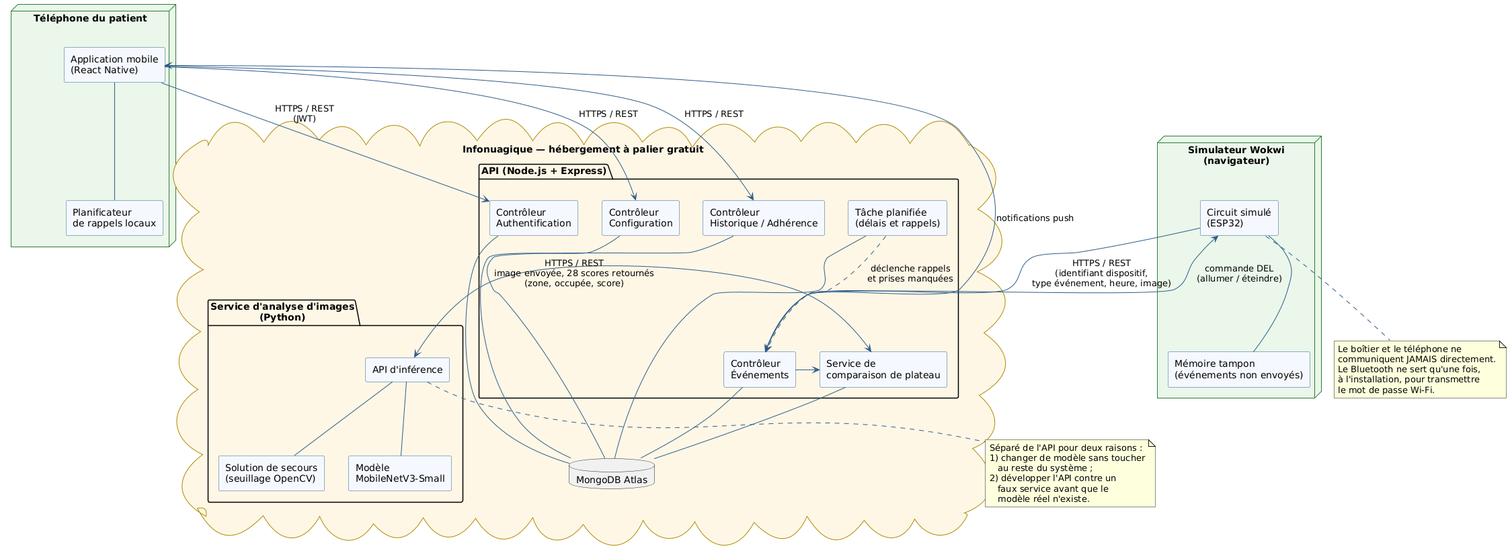
Before: docs/assets/Architecture_logicielle.png, a diagram exported from PlantUML (rauf-mifteev/Ahuntsic_Capstone). Source of this version:
```plantuml
@startuml Architecture_logicielle

skinparam componentStyle rectangle
skinparam component {
  BackgroundColor #F5F9FF
  BorderColor #2C5C8A
  ArrowColor #2C5C8A
}
skinparam cloud {
  BackgroundColor #FFF7E6
  BorderColor #B08900
}
skinparam node {
  BackgroundColor #EAF7EA
  BorderColor #2E7D32
}

node "Téléphone du patient" {
  [Application mobile\n(React Native)] as MobileApp
  component "Planificateur\nde rappels locaux" as RappelsLocal
  MobileApp -- RappelsLocal
}

node "Simulateur Wokwi\n(navigateur)" {
  [Circuit simulé\n(ESP32)] as ESP32
  component "Mémoire tampon\n(événements non envoyés)" as Tampon
  ESP32 -- Tampon
}

cloud "Infonuagique — hébergement à palier gratuit" {

  package "API (Node.js + Express)" {
    [Contrôleur\nAuthentification] as CtrlAuth
    [Contrôleur\nConfiguration] as CtrlConfig
    [Contrôleur\nÉvénements] as CtrlEvents
    [Contrôleur\nHistorique / Adhérence] as CtrlHisto
    [Service de\ncomparaison de plateau] as ServComp
    [Tâche planifiée\n(délais et rappels)] as CronJob
  }

  package "Service d'analyse d'images\n(Python)" {
    [API d'inférence] as ServAPI
    [Modèle\nMobileNetV3-Small] as Modele
    [Solution de secours\n(seuillage OpenCV)] as Seuillage
    ServAPI -- Modele
    ServAPI -- Seuillage
  }

  database "MongoDB Atlas" as Mongo
}

MobileApp -down-> CtrlAuth : HTTPS / REST\n(JWT)
MobileApp -down-> CtrlConfig : HTTPS / REST
MobileApp -down-> CtrlHisto : HTTPS / REST
CtrlEvents -down-> MobileApp : notifications push

ESP32 -down-> CtrlEvents : HTTPS / REST\n(identifiant dispositif,\ntype événement, heure, image)
CtrlEvents -up-> ESP32 : commande DEL\n(allumer / éteindre)

CtrlAuth -- Mongo
CtrlConfig -- Mongo
CtrlEvents -- Mongo
CtrlHisto -- Mongo
CronJob -- Mongo
ServComp -- Mongo

CtrlEvents -right-> ServComp
ServComp <-right-> ServAPI : HTTPS / REST\nimage envoyée, 28 scores retournés\n(zone, occupée, score)

CronJob ..> CtrlEvents : déclenche rappels\net prises manquées

note bottom of ESP32
  Le boîtier et le téléphone ne
  communiquent JAMAIS directement.
  Le Bluetooth ne sert qu'une fois,
  à l'installation, pour transmettre
  le mot de passe Wi-Fi.
end note

note bottom of ServAPI
  Séparé de l'API pour deux raisons :
  1) changer de modèle sans toucher
     au reste du système ;
  2) développer l'API contre un
     faux service avant que le
     modèle réel n'existe.
end note

@enduml
```
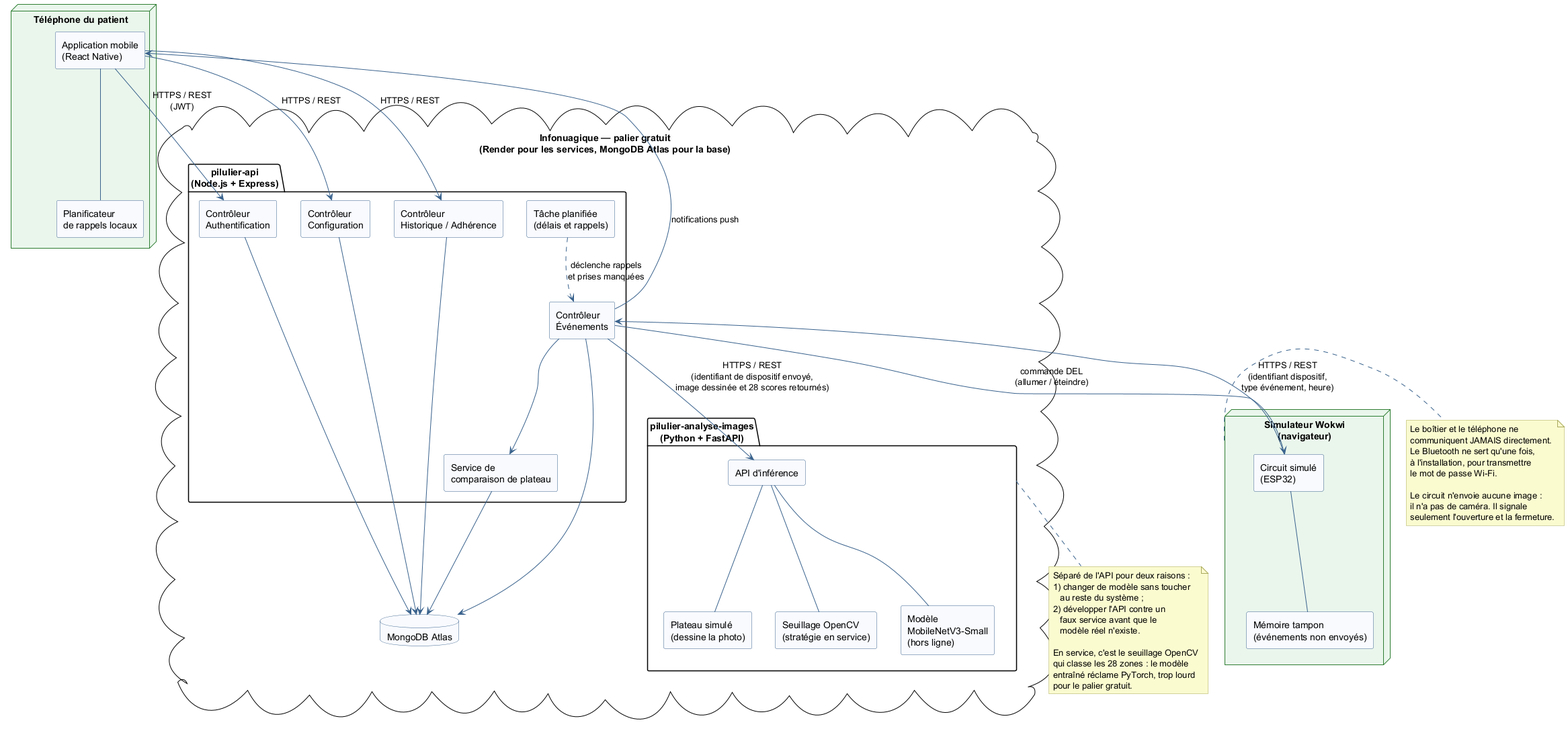
Above is the later version.

What changed in the source:
```diff
@@ -1,89 +1,108 @@
-@startuml Architecture_logicielle
+@startuml
 
+skinparam shadowing false
 skinparam componentStyle rectangle
 skinparam component {
-  BackgroundColor #F5F9FF
-  BorderColor #2C5C8A
-  ArrowColor #2C5C8A
+  BackgroundColor #F8FAFE
+  BorderColor #38618C
 }
 skinparam cloud {
-  BackgroundColor #FFF7E6
-  BorderColor #B08900
+  BackgroundColor #FDF3DC
+  BorderColor #C89B2C
 }
-skinparam node {
-  BackgroundColor #EAF7EA
-  BorderColor #2E7D32
+skinparam package {
+  BackgroundColor #FFFFFF
+  BorderColor #000000
+}
+skinparam database {
+  BackgroundColor #F8FAFE
+  BorderColor #38618C
+}
+skinparam ArrowColor #38618C
+skinparam note {
+  BackgroundColor #FBFBD0
+  BorderColor #A9A95E
 }
 
-node "Téléphone du patient" {
-  [Application mobile\n(React Native)] as MobileApp
-  component "Planificateur\nde rappels locaux" as RappelsLocal
-  MobileApp -- RappelsLocal
+node "Téléphone du patient" as Telephone #EAF6EC;line:2E7D32 {
+  component "Application mobile\n(React Native)" as AppMobile
+  component "Planificateur\nde rappels locaux" as Planificateur
 }
 
-node "Simulateur Wokwi\n(navigateur)" {
-  [Circuit simulé\n(ESP32)] as ESP32
-  component "Mémoire tampon\n(événements non envoyés)" as Tampon
-  ESP32 -- Tampon
-}
+cloud "Infonuagique — palier gratuit\n(Render pour les services, MongoDB Atlas pour la base)" as Render {
 
-cloud "Infonuagique — hébergement à palier gratuit" {
-
-  package "API (Node.js + Express)" {
-    [Contrôleur\nAuthentification] as CtrlAuth
-    [Contrôleur\nConfiguration] as CtrlConfig
-    [Contrôleur\nÉvénements] as CtrlEvents
-    [Contrôleur\nHistorique / Adhérence] as CtrlHisto
-    [Service de\ncomparaison de plateau] as ServComp
-    [Tâche planifiée\n(délais et rappels)] as CronJob
+  package "pilulier-api\n(Node.js + Express)" as PaquetApi {
+    component "Contrôleur\nAuthentification" as CtrlAuth
+    component "Contrôleur\nConfiguration" as CtrlConfig
+    component "Contrôleur\nHistorique / Adhérence" as CtrlHisto
+    component "Tâche planifiée\n(délais et rappels)" as Tache
+    component "Contrôleur\nÉvénements" as CtrlEvt
+    component "Service de\ncomparaison de plateau" as SrvComparaison
   }
 
-  package "Service d'analyse d'images\n(Python)" {
-    [API d'inférence] as ServAPI
-    [Modèle\nMobileNetV3-Small] as Modele
-    [Solution de secours\n(seuillage OpenCV)] as Seuillage
-    ServAPI -- Modele
-    ServAPI -- Seuillage
+  package "pilulier-analyse-images\n(Python + FastAPI)" as PaquetAnalyse {
+    component "API d'inférence" as ApiInference
+    component "Plateau simulé\n(dessine la photo)" as PlateauSimule
+    component "Seuillage OpenCV\n(stratégie en service)" as Seuillage
+    component "Modèle\nMobileNetV3-Small\n(hors ligne)" as Modele
   }
 
   database "MongoDB Atlas" as Mongo
 }
 
-MobileApp -down-> CtrlAuth : HTTPS / REST\n(JWT)
-MobileApp -down-> CtrlConfig : HTTPS / REST
-MobileApp -down-> CtrlHisto : HTTPS / REST
-CtrlEvents -down-> MobileApp : notifications push
+node "Simulateur Wokwi\n(navigateur)" as Wokwi #EAF6EC;line:2E7D32 {
+  component "Circuit simulé\n(ESP32)" as Circuit
+  component "Mémoire tampon\n(événements non envoyés)" as Tampon
+}
 
-ESP32 -down-> CtrlEvents : HTTPS / REST\n(identifiant dispositif,\ntype événement, heure, image)
-CtrlEvents -up-> ESP32 : commande DEL\n(allumer / éteindre)
+AppMobile --> CtrlAuth : HTTPS / REST\n(JWT)
+AppMobile --> CtrlConfig : HTTPS / REST
+AppMobile --> CtrlHisto : HTTPS / REST
+CtrlEvt --> AppMobile : notifications push
+AppMobile -- Planificateur
 
-CtrlAuth -- Mongo
-CtrlConfig -- Mongo
-CtrlEvents -- Mongo
-CtrlHisto -- Mongo
-CronJob -- Mongo
-ServComp -- Mongo
+Circuit --> CtrlEvt : HTTPS / REST\n(identifiant dispositif,\ntype événement, heure)
+CtrlEvt --> Circuit : commande DEL\n(allumer / éteindre)
+Circuit -- Tampon
 
-CtrlEvents -right-> ServComp
-ServComp <-right-> ServAPI : HTTPS / REST\nimage envoyée, 28 scores retournés\n(zone, occupée, score)
+CtrlEvt --> ApiInference : HTTPS / REST\n(identifiant de dispositif envoyé,\nimage dessinée et 28 scores retournés)
+ApiInference -- PlateauSimule
+ApiInference -- Seuillage
+ApiInference -- Modele
 
-CronJob ..> CtrlEvents : déclenche rappels\net prises manquées
+CtrlEvt --> SrvComparaison
+Tache ..> CtrlEvt : déclenche rappels\net prises manquées
 
-note bottom of ESP32
+CtrlAuth --> Mongo
+CtrlConfig --> Mongo
+CtrlHisto --> Mongo
+CtrlEvt --> Mongo
+SrvComparaison --> Mongo
+
+note right of Wokwi
   Le boîtier et le téléphone ne
   communiquent JAMAIS directement.
   Le Bluetooth ne sert qu'une fois,
   à l'installation, pour transmettre
   le mot de passe Wi-Fi.
+
+  Le circuit n'envoie aucune image :
+  il n'a pas de caméra. Il signale
+  seulement l'ouverture et la fermeture.
 end note
 
-note bottom of ServAPI
+note bottom of PaquetAnalyse
   Séparé de l'API pour deux raisons :
   1) changer de modèle sans toucher
      au reste du système ;
   2) développer l'API contre un
      faux service avant que le
      modèle réel n'existe.
+
+  En service, c'est le seuillage OpenCV
+  qui classe les 28 zones : le modèle
+  entraîné réclame PyTorch, trop lourd
+  pour le palier gratuit.
 end note
 
 @enduml
```
